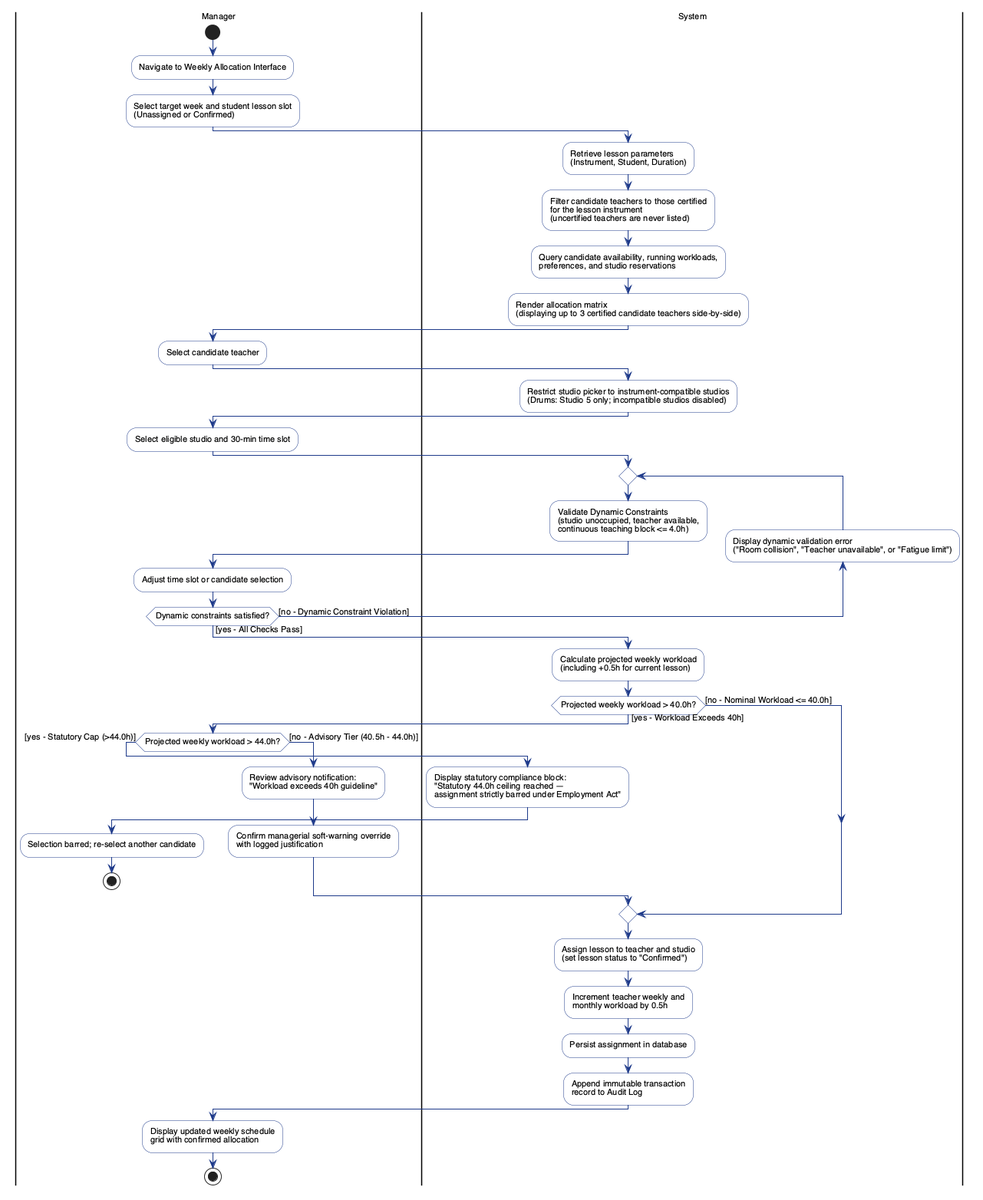
Above: report/assets/activity_allocation.png in adoreblvnk/2001temp (PlantUML), before the change.
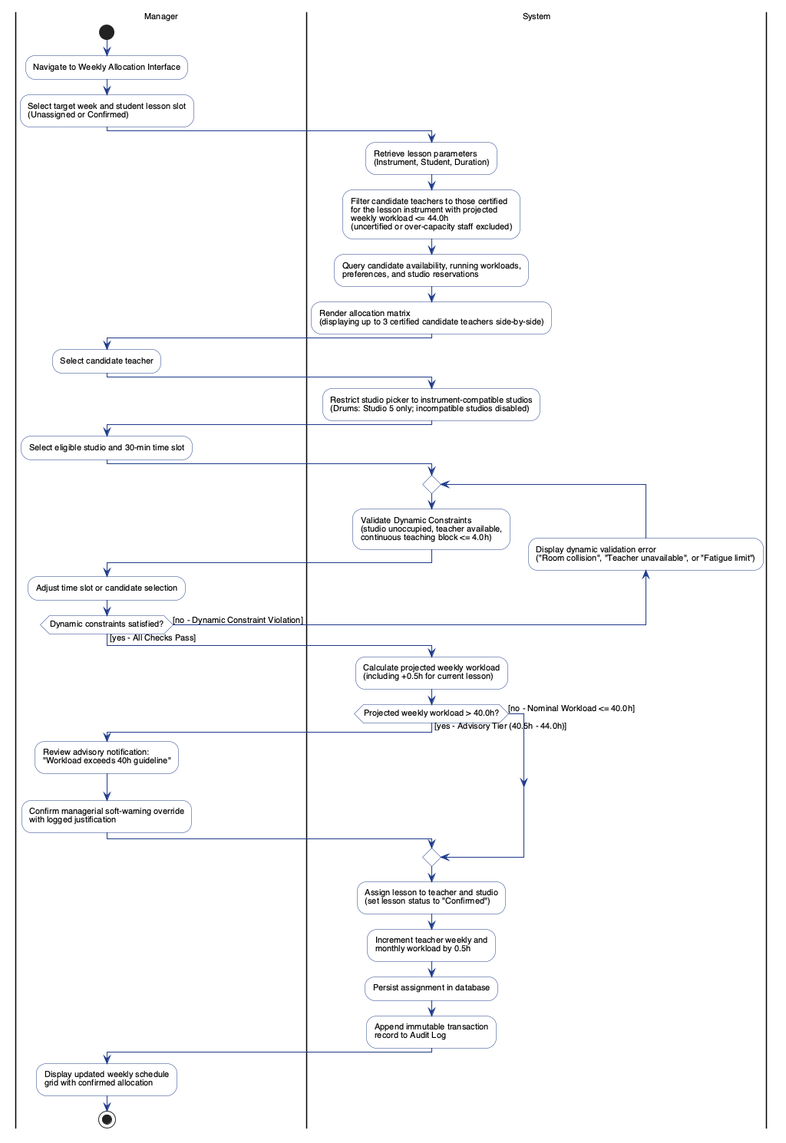
Above is the later version.

Commit message:
fix(allocation): pre-filter candidates by 44h ceiling upfront and remove redundant post-selection blocks

Diff of the diagram source:
```diff
@@ -22,8 +22,9 @@
 (Instrument, Student, Duration);
 
 :Filter candidate teachers to those certified
-for the lesson instrument
-(uncertified teachers are never listed);
+for the lesson instrument with projected
+weekly workload <= 44.0h
+(uncertified or over-capacity staff excluded);
 :Query candidate availability, running workloads,
 preferences, and studio reservations;
 :Render allocation matrix
@@ -54,22 +55,12 @@
 :Calculate projected weekly workload
 (including +0.5h for current lesson);
 
-if (Projected weekly workload > 40.0h?) then ([yes - Workload Exceeds 40h])
+if (Projected weekly workload > 40.0h?) then ([yes - Advisory Tier (40.5h - 44.0h)])
     |Manager|
-    if (Projected weekly workload > 44.0h?) then ([yes - Statutory Cap (>44.0h)])
-        |System|
-        :Display statutory compliance block:
-        "Statutory 44.0h ceiling reached —
-        assignment strictly barred under Employment Act";
-        |Manager|
-        :Selection barred; re-select another candidate;
-        stop
-    else ([no - Advisory Tier (40.5h - 44.0h)])
-        :Review advisory notification:
-        "Workload exceeds 40h guideline";
-        :Confirm managerial soft-warning override
-        with logged justification;
-    endif
+    :Review advisory notification:
+    "Workload exceeds 40h guideline";
+    :Confirm managerial soft-warning override
+    with logged justification;
 else ([no - Nominal Workload <= 40.0h])
 endif
 
```
